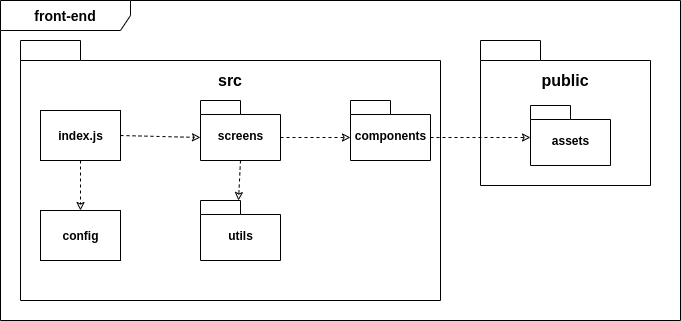
Above: docs/images/architecture/frontend.png in fga-eps-mds/2020.1-stay-safe-docs (draw.io), before the change. Source tidied: cells renumbered, new cells last; positions are measured from the earlier drawing's top-left corner, leaving out a move shared by most shapes.
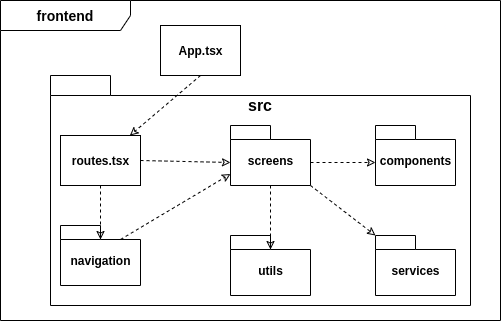
Above is the later version.

Commit message:
Improved frontend diagram and description

Change to the diagram source:
```diff
@@ -2,60 +2,56 @@
   <root>
     <mxCell id="0" />
     <mxCell id="1" parent="0" />
-    <mxCell id="2" value="&lt;b&gt;&lt;font style=&quot;font-size: 14px&quot;&gt;front-end&lt;/font&gt;&lt;/b&gt;" style="shape=umlFrame;whiteSpace=wrap;html=1;width=130;height=30;" parent="1" vertex="1">
-      <mxGeometry width="680" height="320" as="geometry" />
+    <mxCell id="2" value="&lt;b&gt;&lt;font style=&quot;font-size: 14px&quot;&gt;frontend&lt;/font&gt;&lt;/b&gt;" style="shape=umlFrame;whiteSpace=wrap;html=1;width=130;height=30;" parent="1" vertex="1">
+      <mxGeometry x="-20" y="-15" width="500" height="320" as="geometry" />
     </mxCell>
-    <mxCell id="3" value="crwaler" style="shape=folder;fontStyle=1;spacingTop=10;tabWidth=40;tabHeight=14;tabPosition=left;html=1;" parent="1" vertex="1">
-      <mxGeometry x="200" y="130" width="70" height="50" as="geometry" />
-    </mxCell>
     <mxCell id="4" style="shape=folder;fontStyle=1;spacingTop=10;tabWidth=60;tabHeight=20;tabPosition=left;html=1;" parent="1" vertex="1">
-      <mxGeometry x="20" y="40" width="420" height="260" as="geometry" />
+      <mxGeometry x="30" y="60" width="420" height="230" as="geometry" />
     </mxCell>
     <mxCell id="5" value="&lt;b style=&quot;font-size: 16px&quot;&gt;src&lt;/b&gt;" style="text;html=1;strokeColor=none;fillColor=none;align=center;verticalAlign=middle;whiteSpace=wrap;rounded=0;fontSize=16;" parent="1" vertex="1">
-      <mxGeometry x="210" y="70" width="40" height="20" as="geometry" />
+      <mxGeometry x="220" y="80" width="40" height="20" as="geometry" />
     </mxCell>
     <mxCell id="6" value="screens" style="shape=folder;fontStyle=1;spacingTop=10;tabWidth=40;tabHeight=14;tabPosition=left;html=1;" parent="1" vertex="1">
-      <mxGeometry x="200" y="100" width="80" height="60" as="geometry" />
+      <mxGeometry x="210" y="110" width="80" height="60" as="geometry" />
     </mxCell>
-    <mxCell id="7" value="&lt;b&gt;index.js&lt;/b&gt;" style="html=1;" parent="1" vertex="1">
-      <mxGeometry x="40" y="110" width="80" height="50" as="geometry" />
+    <mxCell id="7" value="&lt;b&gt;App.tsx&lt;/b&gt;" style="html=1;" parent="1" vertex="1">
+      <mxGeometry x="140" y="10" width="80" height="50" as="geometry" />
     </mxCell>
-    <mxCell id="8" value="&lt;b&gt;config&lt;/b&gt;" style="html=1;" parent="1" vertex="1">
-      <mxGeometry x="40" y="210" width="80" height="50" as="geometry" />
+    <mxCell id="8" value="&lt;b&gt;routes.tsx&lt;/b&gt;" style="html=1;" parent="1" vertex="1">
+      <mxGeometry x="40" y="120" width="80" height="50" as="geometry" />
     </mxCell>
-    <mxCell id="9" style="endArrow=classic;html=1;fontSize=16;dashed=1;endFill=0;exitX=1;exitY=0.5;exitDx=0;exitDy=0;entryX=0;entryY=0;entryDx=0;entryDy=37;entryPerimeter=0;" parent="1" edge="1" source="7" target="6">
-      <mxGeometry relative="1" as="geometry" />
-    </mxCell>
     <mxCell id="10" style="endArrow=classic;html=1;fontSize=16;dashed=1;endFill=0;exitX=0.5;exitY=1;exitDx=0;exitDy=0;" parent="1" edge="1" source="7" target="8">
       <mxGeometry relative="1" as="geometry" />
     </mxCell>
     <mxCell id="11" value="components" style="shape=folder;fontStyle=1;spacingTop=10;tabWidth=40;tabHeight=14;tabPosition=left;html=1;" parent="1" vertex="1">
-      <mxGeometry x="350" y="100" width="80" height="60" as="geometry" />
+      <mxGeometry x="355" y="110" width="80" height="60" as="geometry" />
     </mxCell>
     <mxCell id="12" value="utils" style="shape=folder;fontStyle=1;spacingTop=10;tabWidth=40;tabHeight=14;tabPosition=left;html=1;" parent="1" vertex="1">
-      <mxGeometry x="200" y="200" width="80" height="60" as="geometry" />
+      <mxGeometry x="210" y="220" width="80" height="60" as="geometry" />
     </mxCell>
-    <mxCell id="13" style="endArrow=classic;html=1;fontSize=16;dashed=1;endFill=0;exitX=0.5;exitY=1;exitDx=0;exitDy=0;exitPerimeter=0;" parent="1" edge="1" source="6">
-      <mxGeometry relative="1" as="geometry">
-        <mxPoint x="238" y="200" as="targetPoint" />
-      </mxGeometry>
-    </mxCell>
-    <mxCell id="14" style="shape=folder;fontStyle=1;spacingTop=10;tabWidth=60;tabHeight=20;tabPosition=left;html=1;" parent="1" vertex="1">
-      <mxGeometry x="480" y="40" width="170" height="145" as="geometry" />
-    </mxCell>
-    <mxCell id="15" value="&lt;b style=&quot;font-size: 16px&quot;&gt;public&lt;/b&gt;" style="text;html=1;strokeColor=none;fillColor=none;align=center;verticalAlign=middle;whiteSpace=wrap;rounded=0;fontSize=16;" parent="1" vertex="1">
-      <mxGeometry x="545" y="70" width="40" height="20" as="geometry" />
-    </mxCell>
-    <mxCell id="16" value="assets" style="shape=folder;fontStyle=1;spacingTop=10;tabWidth=40;tabHeight=14;tabPosition=left;html=1;" parent="1" vertex="1">
-      <mxGeometry x="530" y="105" width="80" height="60" as="geometry" />
-    </mxCell>
     <mxCell id="17" style="endArrow=classic;html=1;fontSize=16;dashed=1;endFill=0;exitX=0;exitY=0;exitDx=80;exitDy=37;entryX=0;entryY=0;entryDx=0;entryDy=37;entryPerimeter=0;exitPerimeter=0;" parent="1" edge="1" source="6" target="11">
       <mxGeometry relative="1" as="geometry" />
     </mxCell>
-    <mxCell id="18" style="endArrow=classic;html=1;fontSize=16;dashed=1;endFill=0;exitX=0;exitY=0;exitDx=80;exitDy=37;exitPerimeter=0;" parent="1" edge="1" source="11">
-      <mxGeometry relative="1" as="geometry">
-        <mxPoint x="530" y="137" as="targetPoint" />
-      </mxGeometry>
-    </mxCell>
+    <mxCell id="19" style="endArrow=classic;html=1;fontSize=16;dashed=1;endFill=0;exitX=1;exitY=0.5;exitDx=0;exitDy=0;entryX=0;entryY=0;entryDx=0;entryDy=37;entryPerimeter=0;" parent="1" edge="1" source="8" target="6">
+      <mxGeometry relative="1" as="geometry" />
+    </mxCell>
+    <mxCell id="20" style="endArrow=classic;html=1;fontSize=16;dashed=1;endFill=0;exitX=0.5;exitY=1;exitDx=0;exitDy=0;exitPerimeter=0;entryX=0;entryY=0;entryDx=40;entryDy=14;entryPerimeter=0;" parent="1" edge="1" source="6" target="12">
+      <mxGeometry relative="1" as="geometry" />
+    </mxCell>
+    <mxCell id="21" value="navigation" style="shape=folder;fontStyle=1;spacingTop=10;tabWidth=40;tabHeight=14;tabPosition=left;html=1;" parent="1" vertex="1">
+      <mxGeometry x="40" y="210" width="80" height="60" as="geometry" />
+    </mxCell>
+    <mxCell id="22" style="endArrow=classic;html=1;fontSize=16;dashed=1;endFill=0;exitX=0.5;exitY=1;exitDx=0;exitDy=0;entryX=0;entryY=0;entryDx=40;entryDy=14;entryPerimeter=0;" parent="1" edge="1" source="8" target="21">
+      <mxGeometry relative="1" as="geometry" />
+    </mxCell>
+    <mxCell id="23" style="endArrow=classic;html=1;fontSize=16;dashed=1;endFill=0;entryX=0;entryY=0;entryDx=0;entryDy=48.5;entryPerimeter=0;exitX=0;exitY=0;exitDx=60;exitDy=14;exitPerimeter=0;" parent="1" edge="1" source="21" target="6">
+      <mxGeometry relative="1" as="geometry" />
+    </mxCell>
+    <mxCell id="24" value="services" style="shape=folder;fontStyle=1;spacingTop=10;tabWidth=40;tabHeight=14;tabPosition=left;html=1;" parent="1" vertex="1">
+      <mxGeometry x="355" y="220" width="80" height="60" as="geometry" />
+    </mxCell>
+    <mxCell id="25" style="endArrow=classic;html=1;fontSize=16;dashed=1;endFill=0;exitX=0;exitY=0;exitDx=80;exitDy=60;exitPerimeter=0;entryX=0;entryY=0;entryDx=0;entryDy=0;entryPerimeter=0;" parent="1" edge="1" source="6" target="24">
+      <mxGeometry relative="1" as="geometry" />
+    </mxCell>
   </root>
 </mxGraphModel>
```
